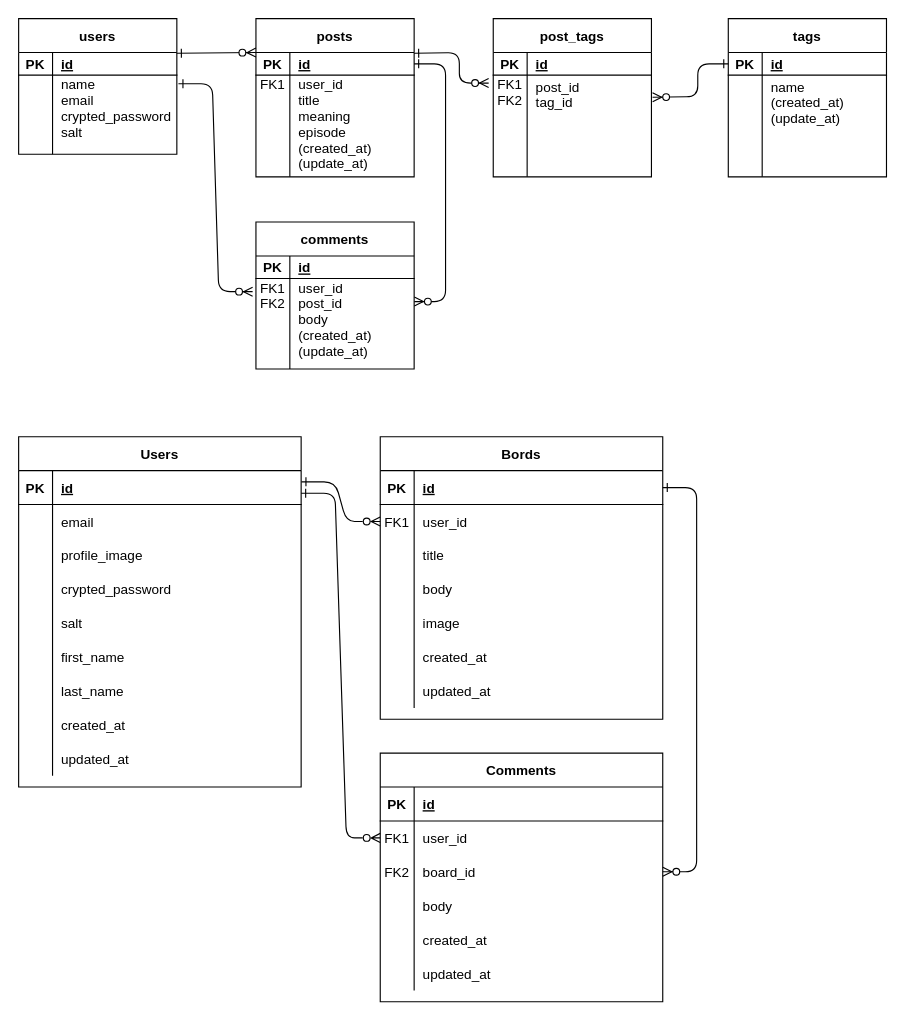
Above: page "Page-1" (1 of 2) of Group1_ER図.drawio in RUNTEQ-62-GROUP-DEVELOPMENT/Group1 (draw.io), before the change. Source tidied: cells renumbered, new cells numbered last; positions are measured from the earlier drawing's top-left corner, leaving out a move shared by most shapes. Both pictures are drawn from the tidied source at 113%, with x=0, y=0 at pixel (18, 18).
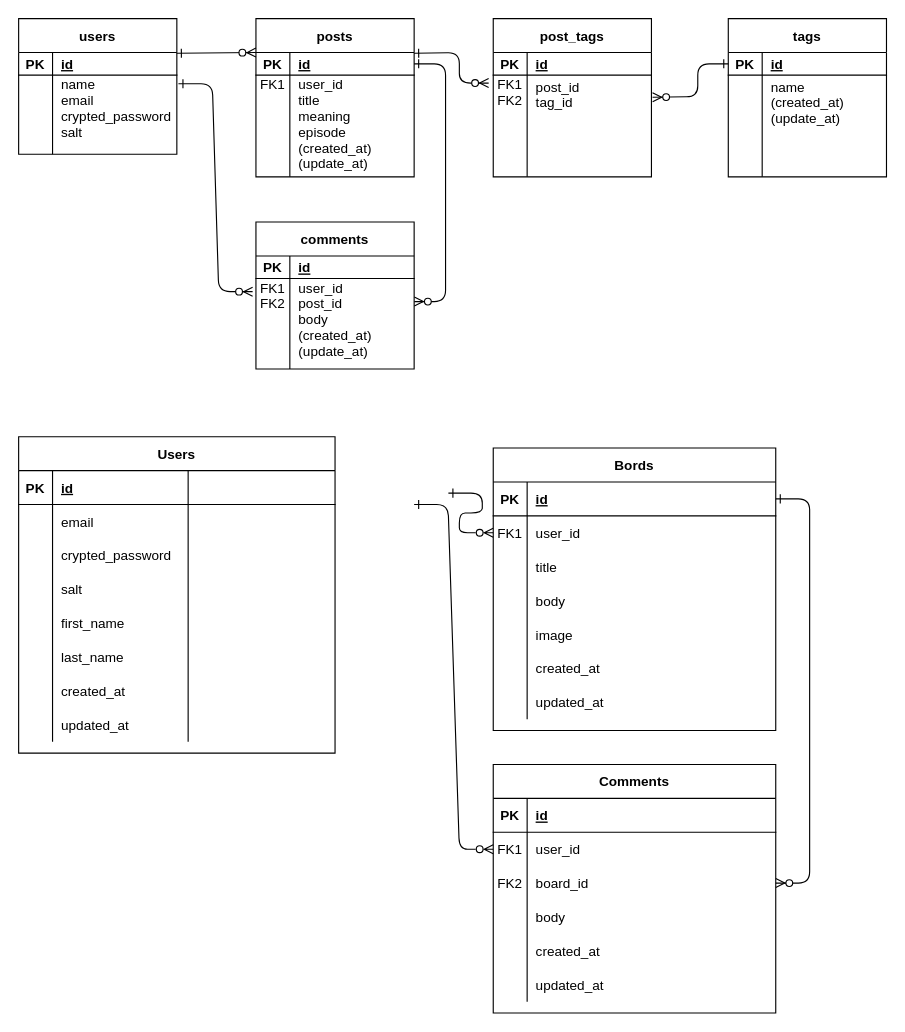
The same page after the edit.

Commit message (it also covers changes not shown here):
Group1_ER図.drawio を更新します

The change refers to these unchanged cells:
```xml
<mxCell id="44" style="shape=partialRectangle;fillColor=none;points=[[0,0.5],[1,0.5]];portConstraint=eastwest;top=0;left=0;right=0;bottom=1;" parent="43" vertex="1">
  <mxGeometry y="30" width="250" height="30" as="geometry" />
</mxCell>
<mxCell id="47" style="shape=partialRectangle;fillColor=none;points=[[0,0.5],[1,0.5]];portConstraint=eastwest;top=0;left=0;right=0;bottom=0;" parent="43" vertex="1">
  <mxGeometry y="60" width="250" height="30" as="geometry" />
</mxCell>
<mxCell id="69" style="shape=partialRectangle;fillColor=none;points=[[0,0.5],[1,0.5]];portConstraint=eastwest;top=0;left=0;right=0;bottom=0;" parent="65" vertex="1">
  <mxGeometry y="60" width="250" height="30" as="geometry" />
</mxCell>
<mxCell id="72" style="shape=partialRectangle;fillColor=none;points=[[0,0.5],[1,0.5]];portConstraint=eastwest;top=0;left=0;right=0;bottom=0;" parent="65" vertex="1">
  <mxGeometry y="90" width="250" height="30" as="geometry" />
</mxCell>
```

What changed in the source:
```diff
@@
-    <mxCell id="41" style="edgeStyle=entityRelationEdgeStyle;endArrow=ERzeroToMany;startArrow=ERone;endFill=0;startFill=0;exitX=1.001;exitY=0.33;exitDx=0;exitDy=0;exitPerimeter=0;" parent="1" edge="1" source="85" target="47">
-      <mxGeometry relative="1" as="geometry" />
+    <mxCell id="41" style="edgeStyle=entityRelationEdgeStyle;endArrow=ERzeroToMany;startArrow=ERone;endFill=0;startFill=0;exitX=1.001;exitY=0.33;exitDx=0;exitDy=0;exitPerimeter=0;" parent="1" edge="1" target="47">
+      <mxGeometry relative="1" as="geometry">
+        <mxPoint x="380.3" y="419.9" as="sourcePoint" />
+      </mxGeometry>
     </mxCell>
     <mxCell id="42" style="edgeStyle=entityRelationEdgeStyle;endArrow=ERzeroToMany;startArrow=ERone;endFill=1;startFill=0;entryX=1;entryY=0.5;entryDx=0;entryDy=0;" parent="1" edge="1" source="44" target="72">
       <mxGeometry relative="1" as="geometry">
         <Array as="points">
-          <mxPoint x="630" y="590" />
+          <mxPoint x="730" y="600" />
         </Array>
       </mxGeometry>
     </mxCell>
     <mxCell id="43" value="Bords" style="shape=table;startSize=30;childLayout=tableLayout;rowLines=0;fontStyle=1;align=center;" parent="1" vertex="1">
-      <mxGeometry x="320" y="370" width="250" height="250" as="geometry" />
+      <mxGeometry x="420" y="380" width="250" height="250" as="geometry" />
     </mxCell>
@@
     <mxCell id="65" value="Comments" style="shape=table;startSize=30;childLayout=tableLayout;rowLines=0;fontStyle=1;align=center;" parent="1" vertex="1">
-      <mxGeometry x="320" y="650" width="250" height="220" as="geometry" />
+      <mxGeometry x="420" y="660" width="250" height="220" as="geometry" />
     </mxCell>
@@
     <mxCell id="84" value="Users" style="shape=table;startSize=30;childLayout=tableLayout;rowLines=0;fontStyle=1;align=center;" parent="1" vertex="1">
-      <mxGeometry y="370" width="250" height="310" as="geometry" />
+      <mxGeometry y="370" width="280" height="280" as="geometry" />
     </mxCell>
     <mxCell id="85" style="shape=partialRectangle;fillColor=none;points=[[0,0.5],[1,0.5]];portConstraint=eastwest;top=0;left=0;right=0;bottom=1;" parent="84" vertex="1">
-      <mxGeometry y="30" width="250" height="30" as="geometry" />
+      <mxGeometry y="30" width="280" height="30" as="geometry" />
     </mxCell>
@@
     <mxCell id="87" value="id" style="shape=partialRectangle;overflow=hidden;fillColor=none;top=0;left=0;bottom=0;right=0;align=left;spacingLeft=6;fontStyle=5;" parent="85" vertex="1">
-      <mxGeometry x="30" width="220" height="30" as="geometry" />
+      <mxGeometry x="30" width="120" height="30" as="geometry" />
     </mxCell>
+    <mxCell id="114" style="shape=partialRectangle;overflow=hidden;fillColor=none;top=0;left=0;bottom=0;right=0;align=left;spacingLeft=6;fontStyle=5;" parent="85" vertex="1">
+      <mxGeometry x="150" width="130" height="30" as="geometry" />
+    </mxCell>
     <mxCell id="88" style="shape=partialRectangle;fillColor=none;top=0;left=0;right=0;bottom=0;" parent="84" vertex="1">
-      <mxGeometry y="60" width="250" height="30" as="geometry" />
+      <mxGeometry y="60" width="280" height="30" as="geometry" />
     </mxCell>
@@
     <mxCell id="90" value="email" style="shape=partialRectangle;overflow=hidden;fillColor=none;top=0;left=0;bottom=0;right=0;align=left;spacingLeft=6;" parent="88" vertex="1">
-      <mxGeometry x="30" width="220" height="30" as="geometry" />
+      <mxGeometry x="30" width="120" height="30" as="geometry" />
     </mxCell>
-    <mxCell id="91" style="shape=partialRectangle;fillColor=none;top=0;left=0;right=0;bottom=0;" parent="84" vertex="1">
-      <mxGeometry y="90" width="250" height="30" as="geometry" />
-    </mxCell>
-    <mxCell id="92" style="shape=partialRectangle;overflow=hidden;fillColor=none;top=0;left=0;bottom=0;right=0;" parent="91" vertex="1">
-      <mxGeometry width="30" height="30" as="geometry" />
-    </mxCell>
-    <mxCell id="93" value="profile_image" style="shape=partialRectangle;overflow=hidden;fillColor=none;top=0;left=0;bottom=0;right=0;align=left;spacingLeft=6;" parent="91" vertex="1">
-      <mxGeometry x="30" width="220" height="30" as="geometry" />
-    </mxCell>
+    <mxCell id="115" style="shape=partialRectangle;overflow=hidden;fillColor=none;top=0;left=0;bottom=0;right=0;align=left;spacingLeft=6;" parent="88" vertex="1">
+      <mxGeometry x="150" width="130" height="30" as="geometry" />
+    </mxCell>
     <mxCell id="94" style="shape=partialRectangle;fillColor=none;top=0;left=0;right=0;bottom=0;" parent="84" vertex="1">
-      <mxGeometry y="120" width="250" height="30" as="geometry" />
+      <mxGeometry y="90" width="280" height="30" as="geometry" />
     </mxCell>
@@
     <mxCell id="96" value="crypted_password" style="shape=partialRectangle;overflow=hidden;fillColor=none;top=0;left=0;bottom=0;right=0;align=left;spacingLeft=6;" parent="94" vertex="1">
-      <mxGeometry x="30" width="220" height="30" as="geometry" />
+      <mxGeometry x="30" width="120" height="30" as="geometry" />
     </mxCell>
+    <mxCell id="116" style="shape=partialRectangle;overflow=hidden;fillColor=none;top=0;left=0;bottom=0;right=0;align=left;spacingLeft=6;" parent="94" vertex="1">
+      <mxGeometry x="150" width="130" height="30" as="geometry" />
+    </mxCell>
     <mxCell id="97" style="shape=partialRectangle;fillColor=none;top=0;left=0;right=0;bottom=0;" parent="84" vertex="1">
-      <mxGeometry y="150" width="250" height="30" as="geometry" />
+      <mxGeometry y="120" width="280" height="30" as="geometry" />
     </mxCell>
@@
     <mxCell id="99" value="salt" style="shape=partialRectangle;overflow=hidden;fillColor=none;top=0;left=0;bottom=0;right=0;align=left;spacingLeft=6;" parent="97" vertex="1">
-      <mxGeometry x="30" width="220" height="30" as="geometry" />
+      <mxGeometry x="30" width="120" height="30" as="geometry" />
     </mxCell>
+    <mxCell id="117" style="shape=partialRectangle;overflow=hidden;fillColor=none;top=0;left=0;bottom=0;right=0;align=left;spacingLeft=6;" parent="97" vertex="1">
+      <mxGeometry x="150" width="130" height="30" as="geometry" />
+    </mxCell>
     <mxCell id="100" style="shape=partialRectangle;fillColor=none;top=0;left=0;right=0;bottom=0;" parent="84" vertex="1">
-      <mxGeometry y="180" width="250" height="30" as="geometry" />
+      <mxGeometry y="150" width="280" height="30" as="geometry" />
     </mxCell>
@@
     <mxCell id="102" value="first_name" style="shape=partialRectangle;overflow=hidden;fillColor=none;top=0;left=0;bottom=0;right=0;align=left;spacingLeft=6;" parent="100" vertex="1">
-      <mxGeometry x="30" width="220" height="30" as="geometry" />
+      <mxGeometry x="30" width="120" height="30" as="geometry" />
     </mxCell>
+    <mxCell id="118" style="shape=partialRectangle;overflow=hidden;fillColor=none;top=0;left=0;bottom=0;right=0;align=left;spacingLeft=6;" parent="100" vertex="1">
+      <mxGeometry x="150" width="130" height="30" as="geometry" />
+    </mxCell>
     <mxCell id="103" style="shape=partialRectangle;fillColor=none;top=0;left=0;right=0;bottom=0;" parent="84" vertex="1">
-      <mxGeometry y="210" width="250" height="30" as="geometry" />
+      <mxGeometry y="180" width="280" height="30" as="geometry" />
     </mxCell>
@@
     <mxCell id="105" value="last_name" style="shape=partialRectangle;overflow=hidden;fillColor=none;top=0;left=0;bottom=0;right=0;align=left;spacingLeft=6;" parent="103" vertex="1">
-      <mxGeometry x="30" width="220" height="30" as="geometry" />
+      <mxGeometry x="30" width="120" height="30" as="geometry" />
     </mxCell>
+    <mxCell id="119" style="shape=partialRectangle;overflow=hidden;fillColor=none;top=0;left=0;bottom=0;right=0;align=left;spacingLeft=6;" parent="103" vertex="1">
+      <mxGeometry x="150" width="130" height="30" as="geometry" />
+    </mxCell>
     <mxCell id="106" style="shape=partialRectangle;fillColor=none;top=0;left=0;right=0;bottom=0;" parent="84" vertex="1">
-      <mxGeometry y="240" width="250" height="30" as="geometry" />
+      <mxGeometry y="210" width="280" height="30" as="geometry" />
     </mxCell>
@@
     <mxCell id="108" value="created_at" style="shape=partialRectangle;overflow=hidden;fillColor=none;top=0;left=0;bottom=0;right=0;align=left;spacingLeft=6;" parent="106" vertex="1">
-      <mxGeometry x="30" width="220" height="30" as="geometry" />
+      <mxGeometry x="30" width="120" height="30" as="geometry" />
     </mxCell>
+    <mxCell id="120" style="shape=partialRectangle;overflow=hidden;fillColor=none;top=0;left=0;bottom=0;right=0;align=left;spacingLeft=6;" parent="106" vertex="1">
+      <mxGeometry x="150" width="130" height="30" as="geometry" />
+    </mxCell>
     <mxCell id="109" style="shape=partialRectangle;fillColor=none;top=0;left=0;right=0;bottom=0;" parent="84" vertex="1">
-      <mxGeometry y="270" width="250" height="30" as="geometry" />
+      <mxGeometry y="240" width="280" height="30" as="geometry" />
     </mxCell>
@@
     <mxCell id="111" value="updated_at" style="shape=partialRectangle;overflow=hidden;fillColor=none;top=0;left=0;bottom=0;right=0;align=left;spacingLeft=6;" parent="109" vertex="1">
-      <mxGeometry x="30" width="220" height="30" as="geometry" />
+      <mxGeometry x="30" width="120" height="30" as="geometry" />
     </mxCell>
+    <mxCell id="121" style="shape=partialRectangle;overflow=hidden;fillColor=none;top=0;left=0;bottom=0;right=0;align=left;spacingLeft=6;" parent="109" vertex="1">
+      <mxGeometry x="150" width="130" height="30" as="geometry" />
+    </mxCell>
     <mxCell id="112" style="edgeStyle=entityRelationEdgeStyle;rounded=1;jettySize=auto;html=1;entryX=0;entryY=0.5;entryDx=0;entryDy=0;curved=0;startArrow=ERone;startFill=0;endArrow=ERzeroToMany;endFill=0;" parent="1" edge="1" target="69">
       <mxGeometry relative="1" as="geometry">
-        <mxPoint x="250" y="420" as="sourcePoint" />
+        <mxPoint x="350" y="430" as="sourcePoint" />
       </mxGeometry>
     </mxCell>
```
